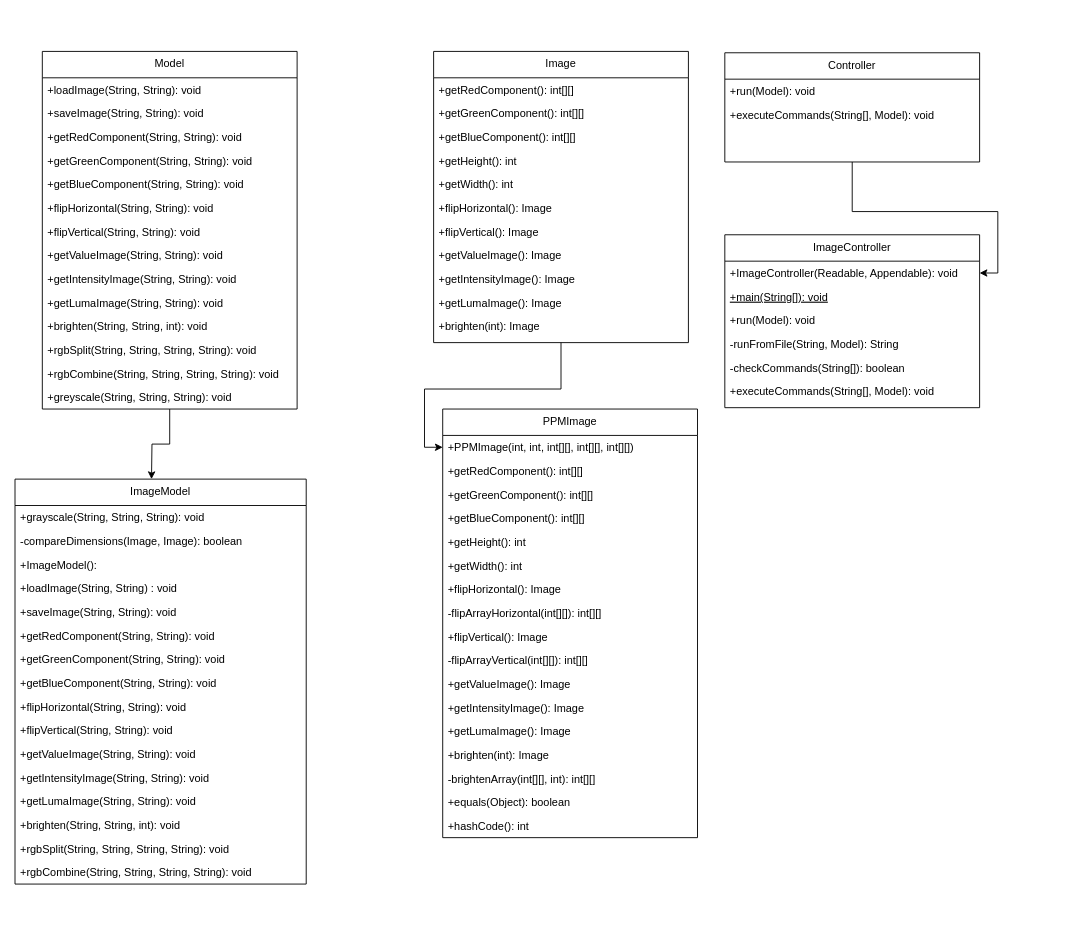
The draw.io diagram src/Untitled Diagram.drawio in Brian-T-Horner/CS5010-Assignment4, before the edit. Source tidied: cells renumbered, new cells numbered last; positions are measured from the earlier drawing's top-left corner, leaving out a move shared by most shapes. Both pictures are drawn from the tidied source at 91%, with x=0, y=0 at pixel (15, 51).
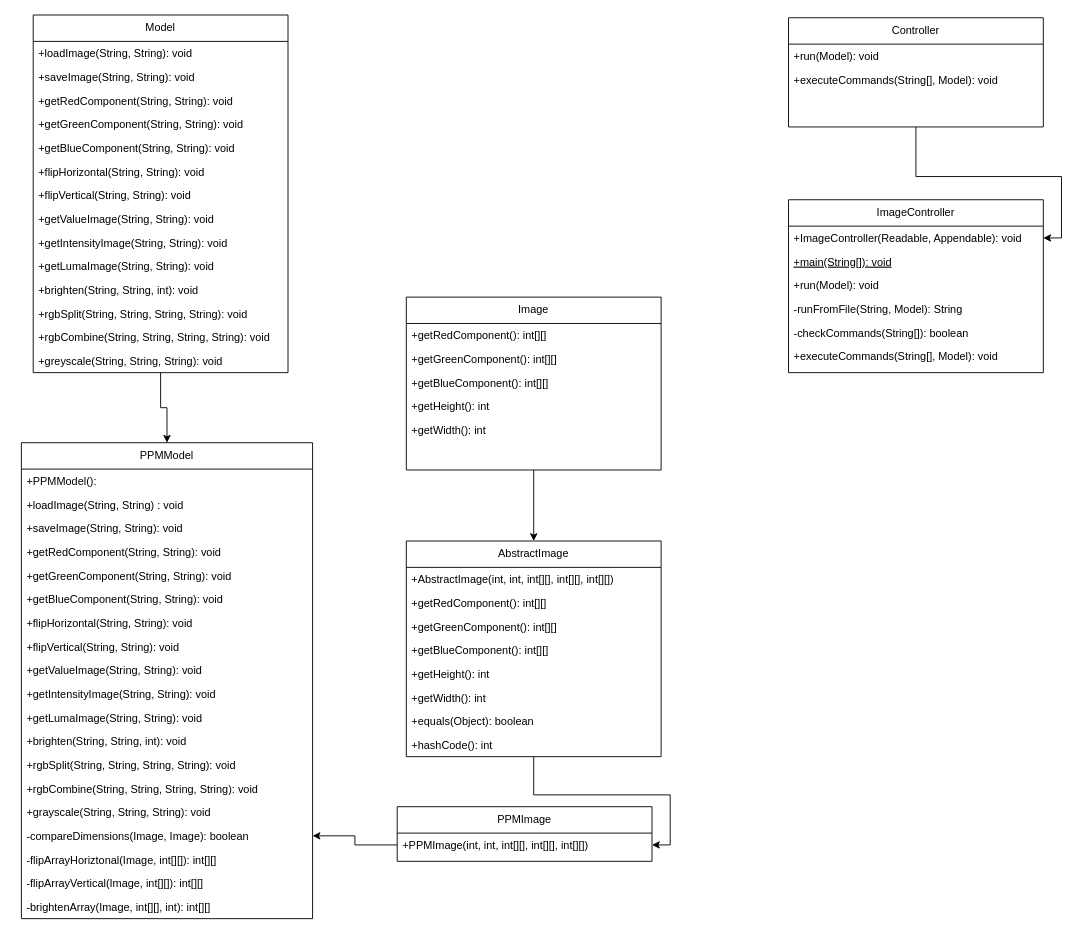
After the change.

Commit message:
Updated XML for Model/Image refactoring

Diff of the diagram source:
```diff
@@
-    <mxCell id="2" style="edgeStyle=orthogonalEdgeStyle;rounded=0;jettySize=auto;html=1;entryX=0.5;entryY=0;entryDx=0;entryDy=0;" parent="1" edge="1" source="3">
-      <mxGeometry relative="1" as="geometry">
-        <mxPoint x="150" y="470" as="targetPoint" />
-      </mxGeometry>
-    </mxCell>
+    <mxCell id="77" style="edgeStyle=orthogonalEdgeStyle;rounded=0;jettySize=auto;html=1;" parent="1" edge="1" source="3" target="18">
+      <mxGeometry relative="1" as="geometry" />
+    </mxCell>
     <mxCell id="3" value="Model" style="swimlane;fontStyle=0;align=center;verticalAlign=top;horizontal=1;startSize=29;rounded=0;shadow=0;strokeWidth=1;" parent="1" vertex="1">
-      <mxGeometry x="30" width="280" height="393" as="geometry" />
+      <mxGeometry x="20" y="-40" width="280" height="393" as="geometry" />
     </mxCell>
@@
-    <mxCell id="18" value="ImageModel" style="swimlane;fontStyle=0;align=center;verticalAlign=top;horizontal=1;startSize=29;rounded=0;shadow=0;strokeWidth=1;" parent="1" vertex="1">
-      <mxGeometry y="470" width="320" height="445" as="geometry" />
+    <mxCell id="18" value="PPMModel" style="swimlane;fontStyle=0;align=center;verticalAlign=top;horizontal=1;startSize=29;rounded=0;shadow=0;strokeWidth=1;" parent="1" vertex="1">
+      <mxGeometry x="7" y="430" width="320" height="523" as="geometry" />
     </mxCell>
-    <mxCell id="19" value="+grayscale(String, String, String): void" style="text;align=left;verticalAlign=top;spacingLeft=4;spacingRight=4;overflow=hidden;rounded=0;shadow=0;html=0;" parent="18" vertex="1">
-      <mxGeometry y="29" width="320" height="26" as="geometry" />
-    </mxCell>
-    <mxCell id="20" value="-compareDimensions(Image, Image): boolean" style="text;align=left;verticalAlign=top;spacingLeft=4;spacingRight=4;overflow=hidden;points=[[0,0.5],[1,0.5]];portConstraint=eastwest;rounded=0;shadow=0;html=0;" parent="18" vertex="1">
-      <mxGeometry y="55" width="320" height="26" as="geometry" />
-    </mxCell>
-    <mxCell id="21" value="+ImageModel(): " style="text;align=left;verticalAlign=top;spacingLeft=4;spacingRight=4;overflow=hidden;" parent="18" vertex="1">
-      <mxGeometry y="81" width="320" height="26" as="geometry" />
+    <mxCell id="21" value="+PPMModel(): " style="text;align=left;verticalAlign=top;spacingLeft=4;spacingRight=4;overflow=hidden;" parent="18" vertex="1">
+      <mxGeometry y="29" width="320" height="26" as="geometry" />
     </mxCell>
     <mxCell id="22" value="+loadImage(String, String) : void" style="text;align=left;verticalAlign=top;spacingLeft=4;spacingRight=4;overflow=hidden;rounded=0;shadow=0;html=0;" parent="18" vertex="1">
-      <mxGeometry y="107" width="320" height="26" as="geometry" />
+      <mxGeometry y="55" width="320" height="26" as="geometry" />
     </mxCell>
     <mxCell id="23" value="+saveImage(String, String): void" style="text;align=left;verticalAlign=top;spacingLeft=4;spacingRight=4;overflow=hidden;rounded=0;shadow=0;html=0;" parent="18" vertex="1">
-      <mxGeometry y="133" width="320" height="26" as="geometry" />
+      <mxGeometry y="81" width="320" height="26" as="geometry" />
     </mxCell>
     <mxCell id="24" value="+getRedComponent(String, String): void" style="text;align=left;verticalAlign=top;spacingLeft=4;spacingRight=4;overflow=hidden;rounded=0;shadow=0;html=0;" parent="18" vertex="1">
-      <mxGeometry y="159" width="320" height="26" as="geometry" />
+      <mxGeometry y="107" width="320" height="26" as="geometry" />
     </mxCell>
     <mxCell id="25" value="+getGreenComponent(String, String): void" style="text;align=left;verticalAlign=top;spacingLeft=4;spacingRight=4;overflow=hidden;rounded=0;shadow=0;html=0;" parent="18" vertex="1">
-      <mxGeometry y="185" width="320" height="26" as="geometry" />
+      <mxGeometry y="133" width="320" height="26" as="geometry" />
     </mxCell>
     <mxCell id="26" value="+getBlueComponent(String, String): void" style="text;align=left;verticalAlign=top;spacingLeft=4;spacingRight=4;overflow=hidden;rounded=0;shadow=0;html=0;" parent="18" vertex="1">
-      <mxGeometry y="211" width="320" height="26" as="geometry" />
+      <mxGeometry y="159" width="320" height="26" as="geometry" />
     </mxCell>
     <mxCell id="27" value="+flipHorizontal(String, String): void" style="text;align=left;verticalAlign=top;spacingLeft=4;spacingRight=4;overflow=hidden;rounded=0;shadow=0;html=0;" parent="18" vertex="1">
-      <mxGeometry y="237" width="320" height="26" as="geometry" />
+      <mxGeometry y="185" width="320" height="26" as="geometry" />
     </mxCell>
     <mxCell id="28" value="+flipVertical(String, String): void" style="text;align=left;verticalAlign=top;spacingLeft=4;spacingRight=4;overflow=hidden;rounded=0;shadow=0;html=0;" parent="18" vertex="1">
-      <mxGeometry y="263" width="320" height="26" as="geometry" />
+      <mxGeometry y="211" width="320" height="26" as="geometry" />
     </mxCell>
     <mxCell id="29" value="+getValueImage(String, String): void" style="text;align=left;verticalAlign=top;spacingLeft=4;spacingRight=4;overflow=hidden;rounded=0;shadow=0;html=0;" parent="18" vertex="1">
-      <mxGeometry y="289" width="320" height="26" as="geometry" />
+      <mxGeometry y="237" width="320" height="26" as="geometry" />
     </mxCell>
     <mxCell id="30" value="+getIntensityImage(String, String): void" style="text;align=left;verticalAlign=top;spacingLeft=4;spacingRight=4;overflow=hidden;rounded=0;shadow=0;html=0;" parent="18" vertex="1">
-      <mxGeometry y="315" width="320" height="26" as="geometry" />
+      <mxGeometry y="263" width="320" height="26" as="geometry" />
     </mxCell>
     <mxCell id="31" value="+getLumaImage(String, String): void" style="text;align=left;verticalAlign=top;spacingLeft=4;spacingRight=4;overflow=hidden;rounded=0;shadow=0;html=0;" parent="18" vertex="1">
-      <mxGeometry y="341" width="320" height="26" as="geometry" />
+      <mxGeometry y="289" width="320" height="26" as="geometry" />
     </mxCell>
     <mxCell id="32" value="+brighten(String, String, int): void" style="text;align=left;verticalAlign=top;spacingLeft=4;spacingRight=4;overflow=hidden;rounded=0;shadow=0;html=0;" parent="18" vertex="1">
-      <mxGeometry y="367" width="320" height="26" as="geometry" />
+      <mxGeometry y="315" width="320" height="26" as="geometry" />
     </mxCell>
     <mxCell id="33" value="+rgbSplit(String, String, String, String): void" style="text;align=left;verticalAlign=top;spacingLeft=4;spacingRight=4;overflow=hidden;rounded=0;shadow=0;html=0;" parent="18" vertex="1">
-      <mxGeometry y="393" width="320" height="26" as="geometry" />
+      <mxGeometry y="341" width="320" height="26" as="geometry" />
     </mxCell>
     <mxCell id="34" value="+rgbCombine(String, String, String, String): void" style="text;align=left;verticalAlign=top;spacingLeft=4;spacingRight=4;overflow=hidden;rounded=0;shadow=0;html=0;" parent="18" vertex="1">
-      <mxGeometry y="419" width="320" height="26" as="geometry" />
+      <mxGeometry y="367" width="320" height="26" as="geometry" />
     </mxCell>
-    <mxCell id="35" style="edgeStyle=orthogonalEdgeStyle;rounded=0;jettySize=auto;html=1;" parent="1" edge="1" source="36" target="49">
-      <mxGeometry relative="1" as="geometry" />
-    </mxCell>
+    <mxCell id="19" value="+grayscale(String, String, String): void" style="text;align=left;verticalAlign=top;spacingLeft=4;spacingRight=4;overflow=hidden;rounded=0;shadow=0;html=0;" parent="18" vertex="1">
+      <mxGeometry y="393" width="320" height="26" as="geometry" />
+    </mxCell>
+    <mxCell id="20" value="-compareDimensions(Image, Image): boolean" style="text;align=left;verticalAlign=top;spacingLeft=4;spacingRight=4;overflow=hidden;points=[[0,0.5],[1,0.5]];portConstraint=eastwest;rounded=0;shadow=0;html=0;" parent="18" vertex="1">
+      <mxGeometry y="419" width="320" height="26" as="geometry" />
+    </mxCell>
+    <mxCell id="78" value="-flipArrayHoriztonal(Image, int[][]): int[][]" style="text;align=left;verticalAlign=top;spacingLeft=4;spacingRight=4;overflow=hidden;rounded=0;shadow=0;html=0;" parent="18" vertex="1">
+      <mxGeometry y="445" width="320" height="26" as="geometry" />
+    </mxCell>
+    <mxCell id="79" value="-flipArrayVertical(Image, int[][]): int[][]" style="text;align=left;verticalAlign=top;spacingLeft=4;spacingRight=4;overflow=hidden;rounded=0;shadow=0;html=0;" parent="18" vertex="1">
+      <mxGeometry y="471" width="320" height="26" as="geometry" />
+    </mxCell>
+    <mxCell id="80" value="-brightenArray(Image, int[][], int): int[][]" style="text;align=left;verticalAlign=top;spacingLeft=4;spacingRight=4;overflow=hidden;rounded=0;shadow=0;html=0;" parent="18" vertex="1">
+      <mxGeometry y="497" width="320" height="26" as="geometry" />
+    </mxCell>
+    <mxCell id="81" style="edgeStyle=orthogonalEdgeStyle;rounded=0;jettySize=auto;html=1;entryX=0.5;entryY=0;entryDx=0;entryDy=0;" parent="1" edge="1" source="36" target="48">
+      <mxGeometry relative="1" as="geometry" />
+    </mxCell>
     <mxCell id="36" value="Image" style="swimlane;fontStyle=0;align=center;verticalAlign=top;horizontal=1;startSize=29;rounded=0;shadow=0;strokeWidth=1;" parent="1" vertex="1">
-      <mxGeometry x="460" width="280" height="320" as="geometry" />
+      <mxGeometry x="430" y="270" width="280" height="190" as="geometry" />
     </mxCell>
@@
-    <mxCell id="42" value="+flipHorizontal(): Image" style="text;align=left;verticalAlign=top;spacingLeft=4;spacingRight=4;overflow=hidden;rounded=0;shadow=0;html=0;" parent="36" vertex="1">
-      <mxGeometry y="159" width="280" height="26" as="geometry" />
-    </mxCell>
-    <mxCell id="43" value="+flipVertical(): Image" style="text;align=left;verticalAlign=top;spacingLeft=4;spacingRight=4;overflow=hidden;rounded=0;shadow=0;html=0;" parent="36" vertex="1">
-      <mxGeometry y="185" width="280" height="26" as="geometry" />
-    </mxCell>
-    <mxCell id="44" value="+getValueImage(): Image" style="text;align=left;verticalAlign=top;spacingLeft=4;spacingRight=4;overflow=hidden;rounded=0;shadow=0;html=0;" parent="36" vertex="1">
-      <mxGeometry y="211" width="280" height="26" as="geometry" />
-    </mxCell>
-    <mxCell id="45" value="+getIntensityImage(): Image" style="text;align=left;verticalAlign=top;spacingLeft=4;spacingRight=4;overflow=hidden;rounded=0;shadow=0;html=0;" parent="36" vertex="1">
-      <mxGeometry y="237" width="280" height="26" as="geometry" />
-    </mxCell>
-    <mxCell id="46" value="+getLumaImage(): Image" style="text;align=left;verticalAlign=top;spacingLeft=4;spacingRight=4;overflow=hidden;rounded=0;shadow=0;html=0;" parent="36" vertex="1">
-      <mxGeometry y="263" width="280" height="26" as="geometry" />
-    </mxCell>
-    <mxCell id="47" value="+brighten(int): Image" style="text;align=left;verticalAlign=top;spacingLeft=4;spacingRight=4;overflow=hidden;rounded=0;shadow=0;html=0;" parent="36" vertex="1">
-      <mxGeometry y="289" width="280" height="26" as="geometry" />
-    </mxCell>
+    <mxCell id="82" style="edgeStyle=orthogonalEdgeStyle;rounded=0;jettySize=auto;html=1;" parent="1" edge="1" source="48" target="84">
+      <mxGeometry relative="1" as="geometry" />
+    </mxCell>
-    <mxCell id="48" value="PPMImage" style="swimlane;fontStyle=0;align=center;verticalAlign=top;horizontal=1;startSize=29;rounded=0;shadow=0;strokeWidth=1;" parent="1" vertex="1">
-      <mxGeometry x="470" y="393" width="280" height="471" as="geometry" />
+    <mxCell id="48" value="AbstractImage" style="swimlane;fontStyle=0;align=center;verticalAlign=top;horizontal=1;startSize=29;rounded=0;shadow=0;strokeWidth=1;" parent="1" vertex="1">
+      <mxGeometry x="430" y="538" width="280" height="237" as="geometry" />
     </mxCell>
-    <mxCell id="49" value="+PPMImage(int, int, int[][], int[][], int[][])" style="text;align=left;verticalAlign=top;spacingLeft=4;spacingRight=4;overflow=hidden;points=[[0,0.5],[1,0.5]];portConstraint=eastwest;" parent="48" vertex="1">
+    <mxCell id="49" value="+AbstractImage(int, int, int[][], int[][], int[][])" style="text;align=left;verticalAlign=top;spacingLeft=4;spacingRight=4;overflow=hidden;points=[[0,0.5],[1,0.5]];portConstraint=eastwest;" parent="48" vertex="1">
       <mxGeometry y="29" width="280" height="26" as="geometry" />
     </mxCell>
@@
-    <mxCell id="55" value="+flipHorizontal(): Image" style="text;align=left;verticalAlign=top;spacingLeft=4;spacingRight=4;overflow=hidden;rounded=0;shadow=0;html=0;" parent="48" vertex="1">
-      <mxGeometry y="185" width="280" height="26" as="geometry" />
-    </mxCell>
-    <mxCell id="56" value="-flipArrayHorizontal(int[][]): int[][]" style="text;align=left;verticalAlign=top;spacingLeft=4;spacingRight=4;overflow=hidden;rounded=0;shadow=0;html=0;" parent="48" vertex="1">
-      <mxGeometry y="211" width="280" height="26" as="geometry" />
-    </mxCell>
-    <mxCell id="57" value="+flipVertical(): Image" style="text;align=left;verticalAlign=top;spacingLeft=4;spacingRight=4;overflow=hidden;rounded=0;shadow=0;html=0;" parent="48" vertex="1">
-      <mxGeometry y="237" width="280" height="26" as="geometry" />
-    </mxCell>
-    <mxCell id="58" value="-flipArrayVertical(int[][]): int[][]" style="text;align=left;verticalAlign=top;spacingLeft=4;spacingRight=4;overflow=hidden;rounded=0;shadow=0;html=0;" parent="48" vertex="1">
-      <mxGeometry y="263" width="280" height="26" as="geometry" />
-    </mxCell>
-    <mxCell id="59" value="+getValueImage(): Image" style="text;align=left;verticalAlign=top;spacingLeft=4;spacingRight=4;overflow=hidden;rounded=0;shadow=0;html=0;" parent="48" vertex="1">
-      <mxGeometry y="289" width="280" height="26" as="geometry" />
-    </mxCell>
-    <mxCell id="60" value="+getIntensityImage(): Image" style="text;align=left;verticalAlign=top;spacingLeft=4;spacingRight=4;overflow=hidden;rounded=0;shadow=0;html=0;" parent="48" vertex="1">
-      <mxGeometry y="315" width="280" height="26" as="geometry" />
-    </mxCell>
-    <mxCell id="61" value="+getLumaImage(): Image" style="text;align=left;verticalAlign=top;spacingLeft=4;spacingRight=4;overflow=hidden;rounded=0;shadow=0;html=0;" parent="48" vertex="1">
-      <mxGeometry y="341" width="280" height="26" as="geometry" />
-    </mxCell>
-    <mxCell id="62" value="+brighten(int): Image" style="text;align=left;verticalAlign=top;spacingLeft=4;spacingRight=4;overflow=hidden;rounded=0;shadow=0;html=0;" parent="48" vertex="1">
-      <mxGeometry y="367" width="280" height="26" as="geometry" />
-    </mxCell>
-    <mxCell id="63" value="-brightenArray(int[][], int): int[][]" style="text;align=left;verticalAlign=top;spacingLeft=4;spacingRight=4;overflow=hidden;rounded=0;shadow=0;html=0;" parent="48" vertex="1">
-      <mxGeometry y="393" width="280" height="26" as="geometry" />
-    </mxCell>
     <mxCell id="64" value="+equals(Object): boolean" style="text;align=left;verticalAlign=top;spacingLeft=4;spacingRight=4;overflow=hidden;rounded=0;shadow=0;html=0;" parent="48" vertex="1">
-      <mxGeometry y="419" width="280" height="26" as="geometry" />
+      <mxGeometry y="185" width="280" height="26" as="geometry" />
     </mxCell>
     <mxCell id="65" value="+hashCode(): int" style="text;align=left;verticalAlign=top;spacingLeft=4;spacingRight=4;overflow=hidden;rounded=0;shadow=0;html=0;" parent="48" vertex="1">
-      <mxGeometry y="445" width="280" height="26" as="geometry" />
+      <mxGeometry y="211" width="280" height="26" as="geometry" />
     </mxCell>
@@
     <mxCell id="67" value="Controller" style="swimlane;fontStyle=0;align=center;verticalAlign=top;horizontal=1;startSize=29;rounded=0;shadow=0;strokeWidth=1;" parent="1" vertex="1">
-      <mxGeometry x="780" y="1.5" width="280" height="120" as="geometry" />
+      <mxGeometry x="850" y="-37" width="280" height="120" as="geometry" />
     </mxCell>
@@
     <mxCell id="70" value="ImageController" style="swimlane;fontStyle=0;align=center;verticalAlign=top;horizontal=1;startSize=29;rounded=0;shadow=0;strokeWidth=1;" parent="1" vertex="1">
-      <mxGeometry x="780" y="201.5" width="280" height="190" as="geometry" />
+      <mxGeometry x="850" y="163" width="280" height="190" as="geometry" />
     </mxCell>
@@
+    <mxCell id="83" value="PPMImage" style="swimlane;fontStyle=0;align=center;verticalAlign=top;horizontal=1;startSize=29;rounded=0;shadow=0;strokeWidth=1;" parent="1" vertex="1">
+      <mxGeometry x="420" y="830" width="280" height="60" as="geometry" />
+    </mxCell>
+    <mxCell id="84" value="+PPMImage(int, int, int[][], int[][], int[][])" style="text;align=left;verticalAlign=top;spacingLeft=4;spacingRight=4;overflow=hidden;points=[[0,0.5],[1,0.5]];portConstraint=eastwest;" parent="83" vertex="1">
+      <mxGeometry y="29" width="280" height="26" as="geometry" />
+    </mxCell>
+    <mxCell id="85" style="edgeStyle=orthogonalEdgeStyle;rounded=0;jettySize=auto;html=1;entryX=1;entryY=0.5;entryDx=0;entryDy=0;" parent="1" edge="1" source="84" target="20">
+      <mxGeometry relative="1" as="geometry" />
+    </mxCell>
```
